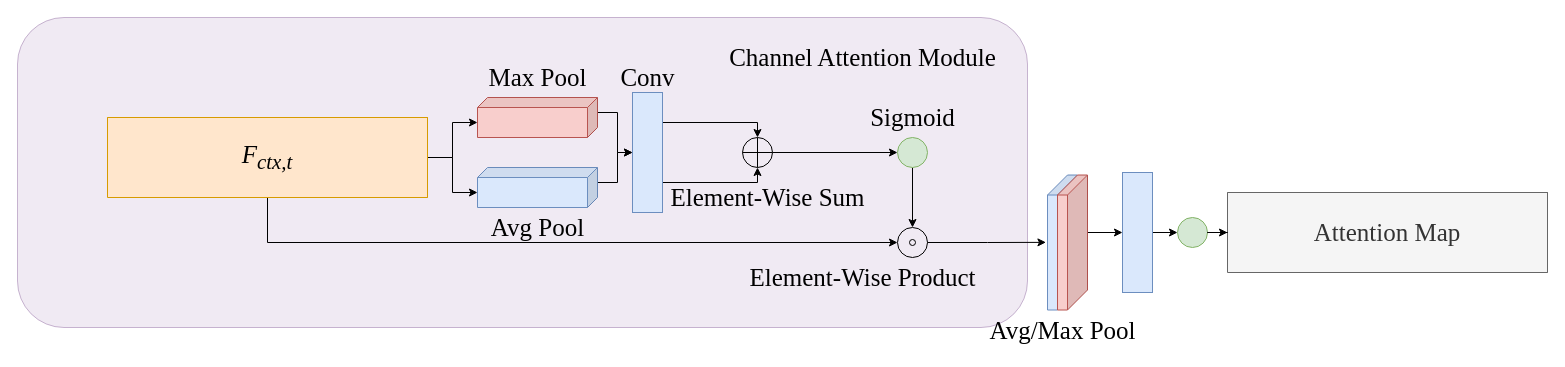
This is gen_context_feature.drawio from wangpinzhi/wangpinzhi.github.io, a draw.io file, before an edit. Source tidied: cells renumbered, new cells numbered last; positions are measured from the earlier drawing's top-left corner, leaving out a move shared by most shapes. Both pictures are drawn from the tidied source at 100%, with x=0, y=0 at pixel (17, 17).
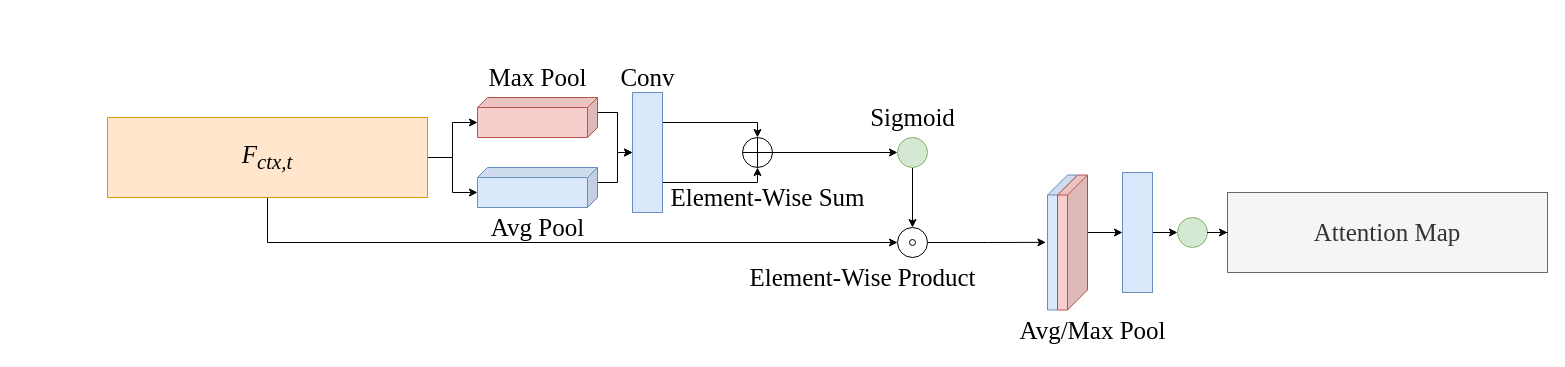
Above is the later version.

Diff of the diagram source:
```diff
@@
-    <mxCell id="2" style="rounded=1;whiteSpace=wrap;html=1;fillColor=#e1d5e7;strokeColor=#9673a6;fontSize=25;fontFamily=Times New Roman;align=center;opacity=50;" parent="1" vertex="1">
-      <mxGeometry width="1010" height="310" as="geometry" />
-    </mxCell>
@@
     <mxCell id="27" value="Avg/Max Pool" style="text;html=1;align=center;verticalAlign=middle;strokeColor=none;fillColor=none;fontSize=25;fontFamily=Times New Roman;" parent="1" vertex="1">
-      <mxGeometry x="960" y="292.5" width="170" height="40" as="geometry" />
+      <mxGeometry x="990" y="292.5" width="170" height="40" as="geometry" />
     </mxCell>
@@
-    <mxCell id="38" value="Channel Attention Module" style="text;html=1;align=center;verticalAlign=middle;strokeColor=none;fillColor=none;fontSize=25;fontFamily=Times New Roman;" parent="1" vertex="1">
-      <mxGeometry x="700" y="20" width="290" height="40" as="geometry" />
-    </mxCell>
```
